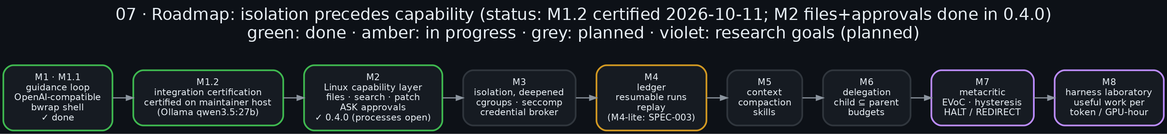
Before: docs/diagrams/07_roadmap.png, a diagram exported from Graphviz (danindiana/malyutka). Its source is kept beside it as docs/diagrams/07_roadmap.dot.
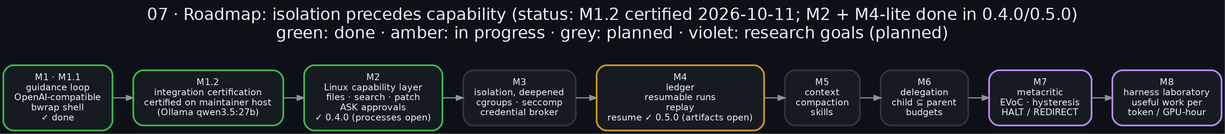
Above is the later version.

Diff of the diagram source:
```diff
@@ -1,6 +1,6 @@
 digraph roadmap {
     graph [bgcolor="#0d1117", rankdir=LR, fontname="Helvetica", fontcolor="#e6edf3", labelloc="t", fontsize=20,
-           label="07 · Roadmap: isolation precedes capability (status: M1.2 certified 2026-10-11; M2 files+approvals done in 0.4.0)\ngreen: done · amber: in progress · grey: planned · violet: research goals (planned)\n ", nodesep=0.25, ranksep=0.35];
+           label="07 · Roadmap: isolation precedes capability (status: M1.2 certified 2026-10-11; M2 + M4-lite done in 0.4.0/0.5.0)\ngreen: done · amber: in progress · grey: planned · violet: research goals (planned)\n ", nodesep=0.25, ranksep=0.35];
     node  [fontname="Helvetica", fontcolor="#e6edf3", color="#30363d", style="filled,rounded", shape=box, penwidth=2,
            margin="0.18,0.12", fillcolor="#161b22", fontsize=11];
     edge  [color="#8b949e", penwidth=1.4, arrowsize=0.8];
@@ -9,7 +9,7 @@
     m12 [label="M1.2\nintegration certification\ncertified on maintainer host\n(Ollama qwen3.5:27b)", color="#3fb950"];
     m2  [label="M2\nLinux capability layer\nfiles · search · patch\nASK approvals\n✓ 0.4.0 (processes open)", color="#3fb950"];
     m3  [label="M3\nisolation, deepened\ncgroups · seccomp\ncredential broker", color="#30363d"];
-    m4  [label="M4\nledger\nresumable runs\nreplay\n(M4-lite: SPEC-003)", color="#d29922"];
+    m4  [label="M4\nledger\nresumable runs\nreplay\nresume ✓ 0.5.0 (artifacts open)", color="#d29922"];
     m5  [label="M5\ncontext\ncompaction\nskills", color="#30363d"];
     m6  [label="M6\ndelegation\nchild ⊆ parent\nbudgets", color="#30363d"];
     m7  [label="M7\nmetacritic\nEVoC · hysteresis\nHALT / REDIRECT", color="#bc8cff"];
```
